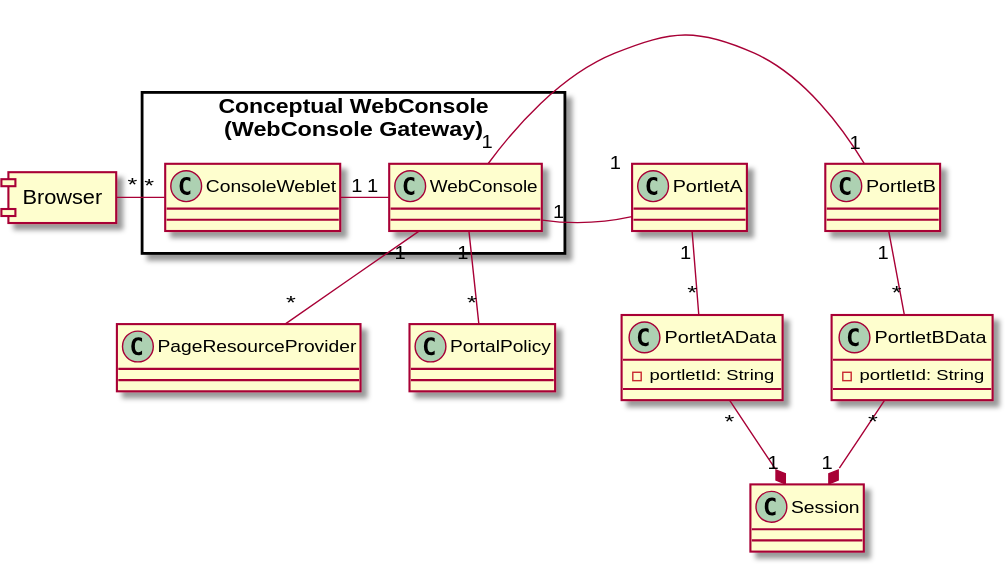
Earlier version of the PlantUML export javadoc-webconsole/org/jgrapes/webconsole/base/PortalStructure.svg (mnlipp/jgrapes). The source it was exported from:
```plantuml
@startuml
skinparam packageStyle rectangle
 allow_mixing

 component Browser

 package "Conceptual WebConsole\n(WebConsole Gateway)" {
    class WebConsole
 	  class ConsoleWeblet

    WebConsole "1" -left- "1" ConsoleWeblet
 }

 ConsoleWeblet "*" -left- "*" Browser

 together {

   WebConsole "1" -right- "1" PortletB
   WebConsole "1" -right- "1" PortletA

   class PortletAData {
     -portletId: String
   }

   PortletAData "*" -up- "1" PortletA

   class PortletBData {
     -portletId: String
   }

   PortletBData "*" -up- "1" PortletB

   PortletAData "*" -up-* "1" Session
   PortletBData "*" -up-* "1" Session
 }

 WebConsole "1" -down- "*" PageResourceProvider
 WebConsole "1" -down- "*" PortalPolicy
@enduml
```
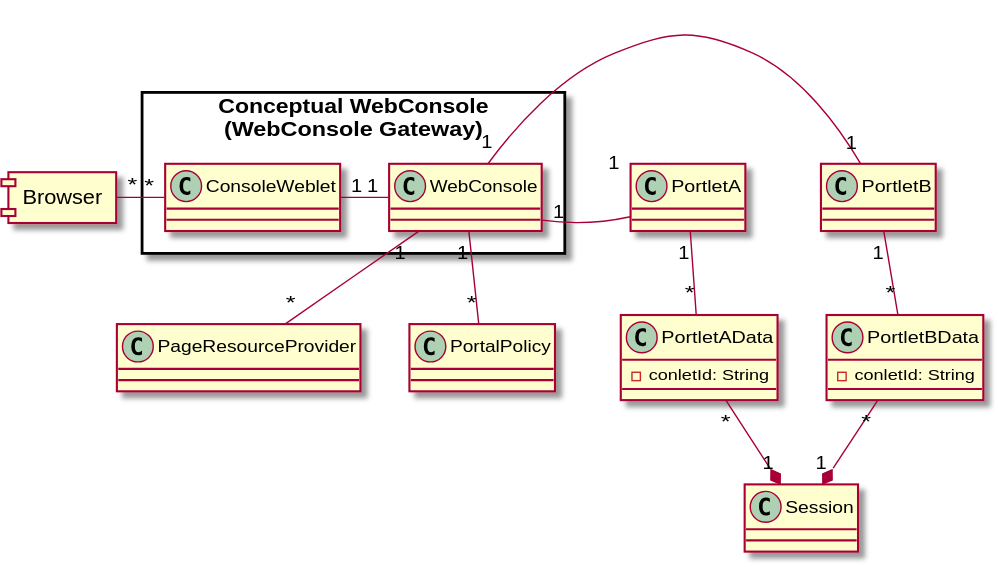
Later version of the same file.

The edit, as a diff of the source:
```diff
@@ -19,13 +19,13 @@
    WebConsole "1" -right- "1" PortletA
 
    class PortletAData {
-     -portletId: String
+     -conletId: String
    }
 
    PortletAData "*" -up- "1" PortletA
 
    class PortletBData {
-     -portletId: String
+     -conletId: String
    }
 
    PortletBData "*" -up- "1" PortletB
```
